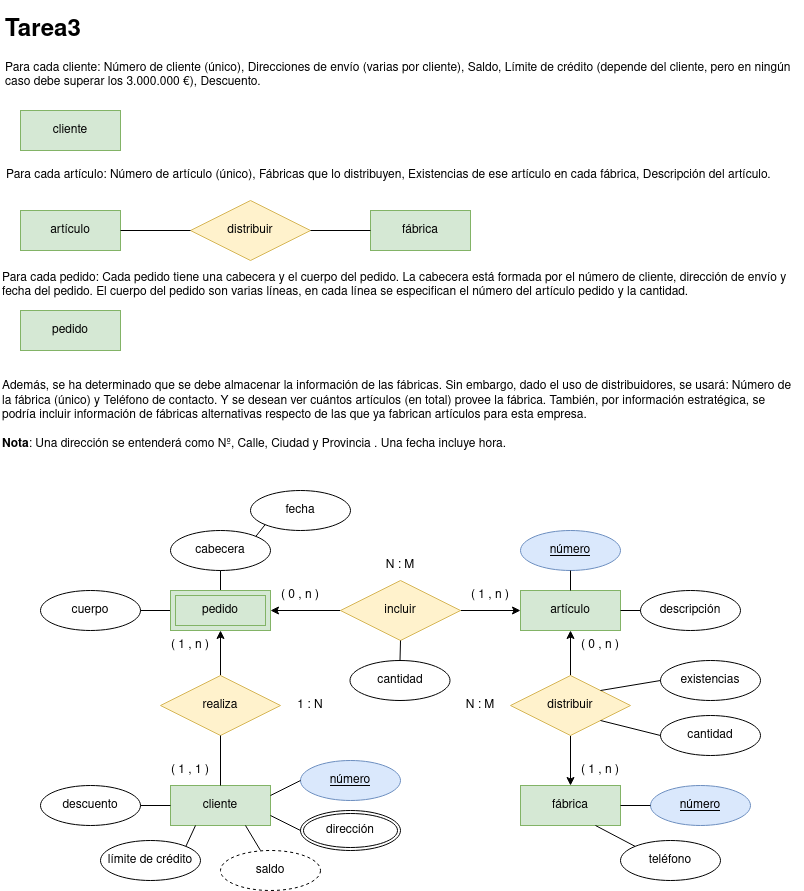
Earlier version of the draw.io export tareasER/tarea3.png (javigh193/bae). Source tidied: cells renumbered, new cells last; positions are measured from the earlier drawing's top-left corner, leaving out a move shared by most shapes.
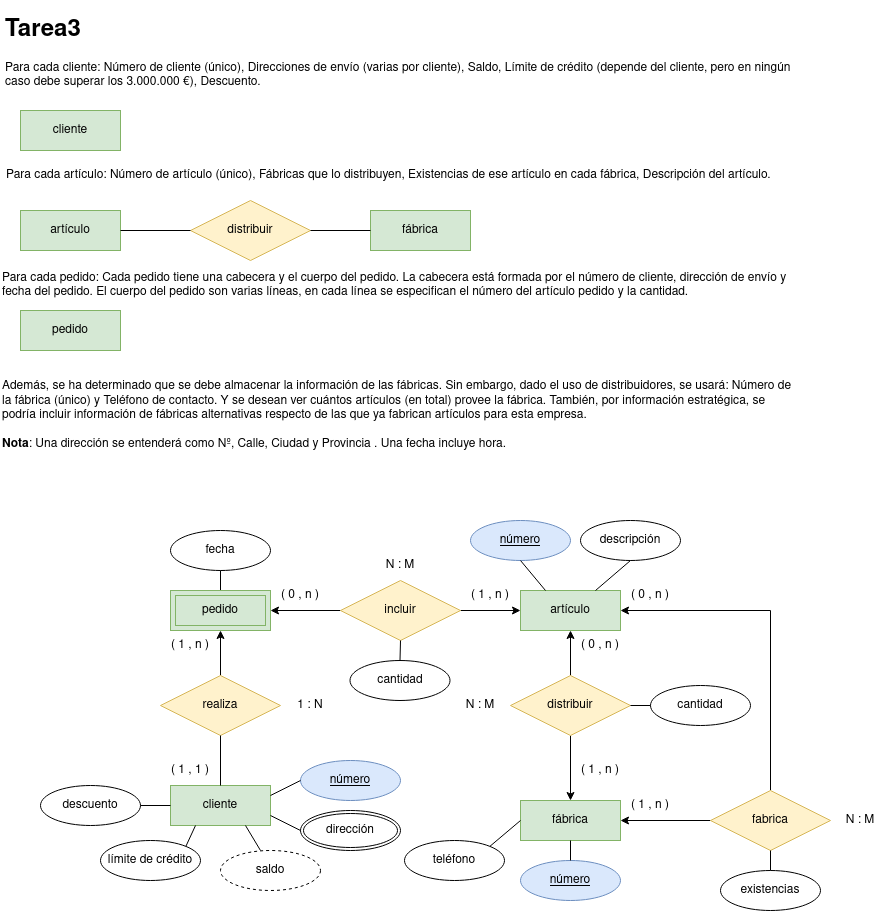
Later version of the same file.

Diff of the diagram source:
```diff
@@ -61,7 +61,7 @@
       <mxGeometry x="340" y="570" width="120" height="60" as="geometry" />
     </mxCell>
     <mxCell id="20" value="fábrica" style="whiteSpace=wrap;html=1;align=center;fillColor=#d5e8d4;strokeColor=#82b366;" parent="1" vertex="1">
-      <mxGeometry x="520" y="775" width="100" height="40" as="geometry" />
+      <mxGeometry x="520" y="790" width="100" height="40" as="geometry" />
     </mxCell>
     <mxCell id="21" style="edgeStyle=orthogonalEdgeStyle;rounded=0;jettySize=auto;html=1;entryX=0.5;entryY=0;entryDx=0;entryDy=0;" parent="1" edge="1" source="23" target="20">
       <mxGeometry relative="1" as="geometry" />
@@ -132,43 +132,21 @@
       <mxGeometry relative="1" as="geometry" />
     </mxCell>
     <mxCell id="43" value="número" style="ellipse;whiteSpace=wrap;html=1;align=center;fontStyle=4;fillColor=#dae8fc;strokeColor=#6c8ebf;" parent="1" vertex="1">
-      <mxGeometry x="520" y="520" width="100" height="40" as="geometry" />
+      <mxGeometry x="470" y="510" width="100" height="40" as="geometry" />
     </mxCell>
     <mxCell id="44" value="existencias" style="ellipse;whiteSpace=wrap;html=1;align=center;" parent="1" vertex="1">
-      <mxGeometry x="660" y="650" width="100" height="40" as="geometry" />
+      <mxGeometry x="720" y="860" width="100" height="40" as="geometry" />
     </mxCell>
-    <mxCell id="45" style="endArrow=none;html=1;rounded=0;exitX=0;exitY=0.5;exitDx=0;exitDy=0;entryX=1;entryY=0;entryDx=0;entryDy=0;" parent="1" edge="1" source="44" target="23">
-      <mxGeometry relative="1" as="geometry" />
-    </mxCell>
     <mxCell id="46" value="descripción" style="ellipse;whiteSpace=wrap;html=1;align=center;" parent="1" vertex="1">
-      <mxGeometry x="640" y="580" width="100" height="40" as="geometry" />
+      <mxGeometry x="580" y="510" width="100" height="40" as="geometry" />
     </mxCell>
-    <mxCell id="47" style="endArrow=none;html=1;rounded=0;entryX=0.5;entryY=1;entryDx=0;entryDy=0;exitX=0.5;exitY=0;exitDx=0;exitDy=0;" parent="1" edge="1" source="16" target="43">
+    <mxCell id="47" style="endArrow=none;html=1;rounded=0;entryX=0.5;entryY=1;entryDx=0;entryDy=0;exitX=0.25;exitY=0;exitDx=0;exitDy=0;" parent="1" edge="1" source="16" target="43">
       <mxGeometry relative="1" as="geometry" />
     </mxCell>
-    <mxCell id="48" style="endArrow=none;html=1;rounded=0;exitX=0;exitY=0.5;exitDx=0;exitDy=0;entryX=1;entryY=0.5;entryDx=0;entryDy=0;" parent="1" edge="1" source="46" target="16">
-      <mxGeometry relative="1" as="geometry" />
-    </mxCell>
-    <mxCell id="49" value="cabecera" style="ellipse;whiteSpace=wrap;html=1;align=center;" parent="1" vertex="1">
-      <mxGeometry x="170" y="520" width="100" height="40" as="geometry" />
-    </mxCell>
-    <mxCell id="50" style="endArrow=none;html=1;rounded=0;exitX=0.5;exitY=1;exitDx=0;exitDy=0;entryX=0.5;entryY=0;entryDx=0;entryDy=0;" parent="1" edge="1" source="49">
-      <mxGeometry relative="1" as="geometry">
-        <mxPoint x="220" y="580" as="targetPoint" />
-      </mxGeometry>
-    </mxCell>
-    <mxCell id="51" value="cuerpo" style="ellipse;whiteSpace=wrap;html=1;align=center;" parent="1" vertex="1">
-      <mxGeometry x="40" y="580" width="100" height="40" as="geometry" />
-    </mxCell>
-    <mxCell id="52" style="endArrow=none;html=1;rounded=0;exitX=1;exitY=0.5;exitDx=0;exitDy=0;entryX=0;entryY=0.5;entryDx=0;entryDy=0;" parent="1" edge="1" source="51">
-      <mxGeometry relative="1" as="geometry">
-        <mxPoint x="170" y="600" as="targetPoint" />
-      </mxGeometry>
-    </mxCell>
     <mxCell id="53" value="fecha" style="ellipse;whiteSpace=wrap;html=1;align=center;" parent="1" vertex="1">
-      <mxGeometry x="250" y="480" width="100" height="40" as="geometry" />
+      <mxGeometry x="170" y="520" width="100" height="40" as="geometry" />
     </mxCell>
-    <mxCell id="54" style="endArrow=none;html=1;rounded=0;exitX=0;exitY=1;exitDx=0;exitDy=0;entryX=1;entryY=0;entryDx=0;entryDy=0;" parent="1" edge="1" source="53" target="49">
+    <mxCell id="54" style="endArrow=none;html=1;rounded=0;exitX=0.5;exitY=1;exitDx=0;exitDy=0;entryX=0.5;entryY=0;entryDx=0;entryDy=0;" parent="1" edge="1" source="53" target="63">
       <mxGeometry relative="1" as="geometry" />
     </mxCell>
     <mxCell id="55" value="cantidad" style="ellipse;whiteSpace=wrap;html=1;align=center;" parent="1" vertex="1">
@@ -178,21 +156,21 @@
       <mxGeometry relative="1" as="geometry" />
     </mxCell>
     <mxCell id="57" value="número" style="ellipse;whiteSpace=wrap;html=1;align=center;fontStyle=4;fillColor=#dae8fc;strokeColor=#6c8ebf;" parent="1" vertex="1">
-      <mxGeometry x="650" y="775" width="100" height="40" as="geometry" />
+      <mxGeometry x="520" y="850" width="100" height="40" as="geometry" />
     </mxCell>
-    <mxCell id="58" style="endArrow=none;html=1;rounded=0;entryX=0;entryY=0.5;entryDx=0;entryDy=0;exitX=1;exitY=0.5;exitDx=0;exitDy=0;" parent="1" edge="1" source="20" target="57">
+    <mxCell id="58" style="endArrow=none;html=1;rounded=0;entryX=0.5;entryY=0;entryDx=0;entryDy=0;exitX=0.5;exitY=1;exitDx=0;exitDy=0;" parent="1" edge="1" source="20" target="57">
       <mxGeometry relative="1" as="geometry" />
     </mxCell>
     <mxCell id="59" value="teléfono" style="ellipse;whiteSpace=wrap;html=1;align=center;" parent="1" vertex="1">
-      <mxGeometry x="620" y="830" width="100" height="40" as="geometry" />
+      <mxGeometry x="404" y="830" width="100" height="40" as="geometry" />
     </mxCell>
-    <mxCell id="60" style="endArrow=none;html=1;rounded=0;entryX=0.75;entryY=1;entryDx=0;entryDy=0;exitX=0;exitY=0;exitDx=0;exitDy=0;" parent="1" edge="1" source="59" target="20">
+    <mxCell id="60" style="endArrow=none;html=1;rounded=0;entryX=0;entryY=0.5;entryDx=0;entryDy=0;exitX=1;exitY=0;exitDx=0;exitDy=0;" parent="1" edge="1" source="59" target="20">
       <mxGeometry relative="1" as="geometry" />
     </mxCell>
     <mxCell id="61" value="cantidad" style="ellipse;whiteSpace=wrap;html=1;align=center;" parent="1" vertex="1">
-      <mxGeometry x="660" y="705" width="100" height="40" as="geometry" />
+      <mxGeometry x="650" y="675" width="100" height="40" as="geometry" />
     </mxCell>
-    <mxCell id="62" style="endArrow=none;html=1;rounded=0;exitX=0;exitY=0.5;exitDx=0;exitDy=0;entryX=1;entryY=1;entryDx=0;entryDy=0;" parent="1" edge="1" source="61" target="23">
+    <mxCell id="62" style="endArrow=none;html=1;rounded=0;exitX=0;exitY=0.5;exitDx=0;exitDy=0;entryX=1;entryY=0.5;entryDx=0;entryDy=0;" parent="1" edge="1" source="61" target="23">
       <mxGeometry relative="1" as="geometry" />
     </mxCell>
     <mxCell id="63" value="pedido" style="shape=ext;margin=3;double=1;whiteSpace=wrap;html=1;align=center;fillColor=#d5e8d4;strokeColor=#82b366;" parent="1" vertex="1">
@@ -201,5 +179,33 @@
     <mxCell id="64" value="saldo" style="ellipse;whiteSpace=wrap;html=1;align=center;dashed=1;" parent="1" vertex="1">
       <mxGeometry x="220" y="840" width="100" height="40" as="geometry" />
     </mxCell>
+    <mxCell id="65" style="edgeStyle=orthogonalEdgeStyle;rounded=0;jettySize=auto;html=1;entryX=1;entryY=0.5;entryDx=0;entryDy=0;" parent="1" edge="1" source="67" target="20">
+      <mxGeometry relative="1" as="geometry" />
+    </mxCell>
+    <mxCell id="66" style="edgeStyle=orthogonalEdgeStyle;rounded=0;jettySize=auto;html=1;entryX=1;entryY=0.5;entryDx=0;entryDy=0;" parent="1" edge="1" source="67" target="16">
+      <mxGeometry relative="1" as="geometry">
+        <Array as="points">
+          <mxPoint x="770" y="600" />
+        </Array>
+      </mxGeometry>
+    </mxCell>
+    <mxCell id="67" value="fabrica" style="shape=rhombus;perimeter=rhombusPerimeter;whiteSpace=wrap;html=1;align=center;fillColor=#fff2cc;strokeColor=#d6b656;" parent="1" vertex="1">
+      <mxGeometry x="710" y="780" width="120" height="60" as="geometry" />
+    </mxCell>
+    <mxCell id="48" style="endArrow=none;html=1;rounded=0;exitX=0.5;exitY=1;exitDx=0;exitDy=0;entryX=0.75;entryY=0;entryDx=0;entryDy=0;" parent="1" edge="1" source="46" target="16">
+      <mxGeometry relative="1" as="geometry" />
+    </mxCell>
+    <mxCell id="68" value="( 0 , n )" style="text;html=1;strokeColor=none;fillColor=none;align=center;verticalAlign=middle;whiteSpace=wrap;rounded=0;" parent="1" vertex="1">
+      <mxGeometry x="620" y="570" width="60" height="30" as="geometry" />
+    </mxCell>
+    <mxCell id="69" value="( 1 , n )" style="text;html=1;strokeColor=none;fillColor=none;align=center;verticalAlign=middle;whiteSpace=wrap;rounded=0;" parent="1" vertex="1">
+      <mxGeometry x="620" y="780" width="60" height="30" as="geometry" />
+    </mxCell>
+    <mxCell id="70" style="endArrow=none;html=1;rounded=0;exitX=0.5;exitY=1;exitDx=0;exitDy=0;entryX=0.5;entryY=0;entryDx=0;entryDy=0;" parent="1" edge="1" source="67" target="44">
+      <mxGeometry relative="1" as="geometry" />
+    </mxCell>
+    <mxCell id="71" value="N : M" style="text;html=1;strokeColor=none;fillColor=none;align=center;verticalAlign=middle;whiteSpace=wrap;rounded=0;" parent="1" vertex="1">
+      <mxGeometry x="830" y="795" width="60" height="30" as="geometry" />
+    </mxCell>
   </root>
 </mxGraphModel>
```
